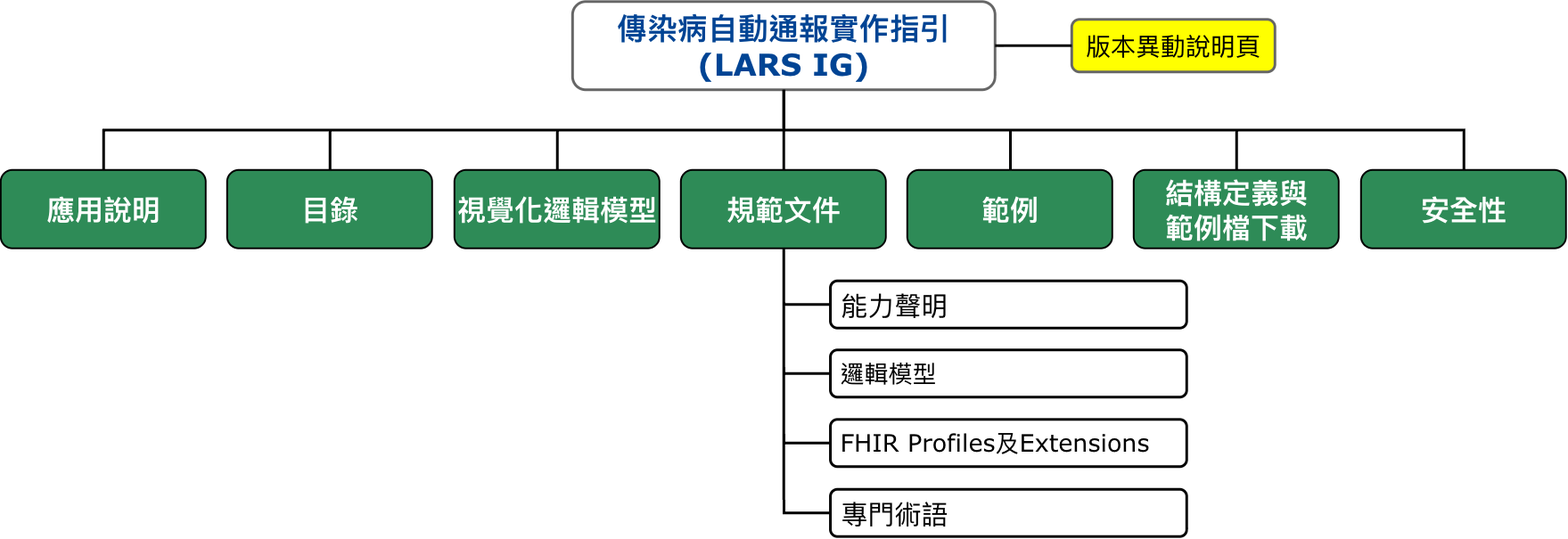
omnifhir/lars keeps this draw.io diagram as input/images/structure.png. Above is the earlier version. Source tidied: cells renumbered, new cells last; positions are measured from the earlier drawing's top-left corner, leaving out a move shared by most shapes.
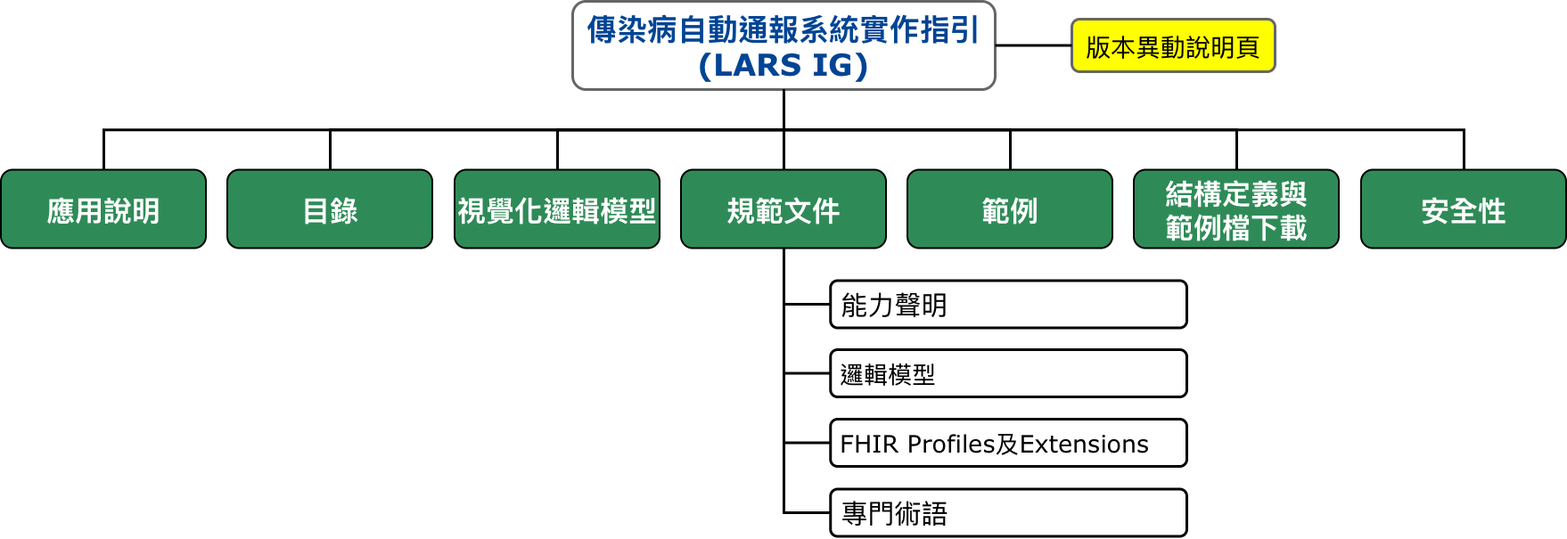
After the commit.

What changed in the source:
```diff
@@ -2,7 +2,7 @@
   <root>
     <mxCell id="0" />
     <mxCell id="1" parent="0" />
-    <mxCell id="2" value="&lt;div&gt;&lt;font color=&quot;#004494&quot; face=&quot;verdana&quot;&gt;&lt;span style=&quot;font-size: 34px;&quot;&gt;&lt;b&gt;傳染病自動通報實作指引&lt;/b&gt;&lt;/span&gt;&lt;/font&gt;&lt;/div&gt;&lt;div&gt;&lt;font color=&quot;#004494&quot; face=&quot;verdana&quot;&gt;&lt;span style=&quot;font-size: 34px;&quot;&gt;&lt;b&gt;(LARS IG)&lt;/b&gt;&lt;/span&gt;&lt;/font&gt;&lt;/div&gt;" style="rounded=1;whiteSpace=wrap;html=1;strokeColor=#666666;fontFamily=標楷體;strokeWidth=3;" parent="1" vertex="1">
+    <mxCell id="2" value="&lt;div&gt;&lt;font color=&quot;#004494&quot; face=&quot;verdana&quot;&gt;&lt;span style=&quot;font-size: 34px;&quot;&gt;&lt;b&gt;傳染病自動通報系統實作指引&lt;/b&gt;&lt;/span&gt;&lt;/font&gt;&lt;/div&gt;&lt;div&gt;&lt;font color=&quot;#004494&quot; face=&quot;verdana&quot;&gt;&lt;span style=&quot;font-size: 34px;&quot;&gt;&lt;b&gt;(LARS IG)&lt;/b&gt;&lt;/span&gt;&lt;/font&gt;&lt;/div&gt;" style="rounded=1;whiteSpace=wrap;html=1;strokeColor=#666666;fontFamily=標楷體;strokeWidth=3;" parent="1" vertex="1">
       <mxGeometry x="641" width="474" height="99" as="geometry" />
     </mxCell>
     <mxCell id="3" value="&lt;font face=&quot;Verdana&quot; style=&quot;font-size: 32px;&quot; color=&quot;#ffffff&quot;&gt;&lt;b&gt;結構定義與&lt;br&gt;範例檔下載&lt;/b&gt;&lt;/font&gt;" style="rounded=1;whiteSpace=wrap;html=1;fillColor=#2E8B57;fontFamily=標楷體;strokeWidth=2;" parent="1" vertex="1">
```
